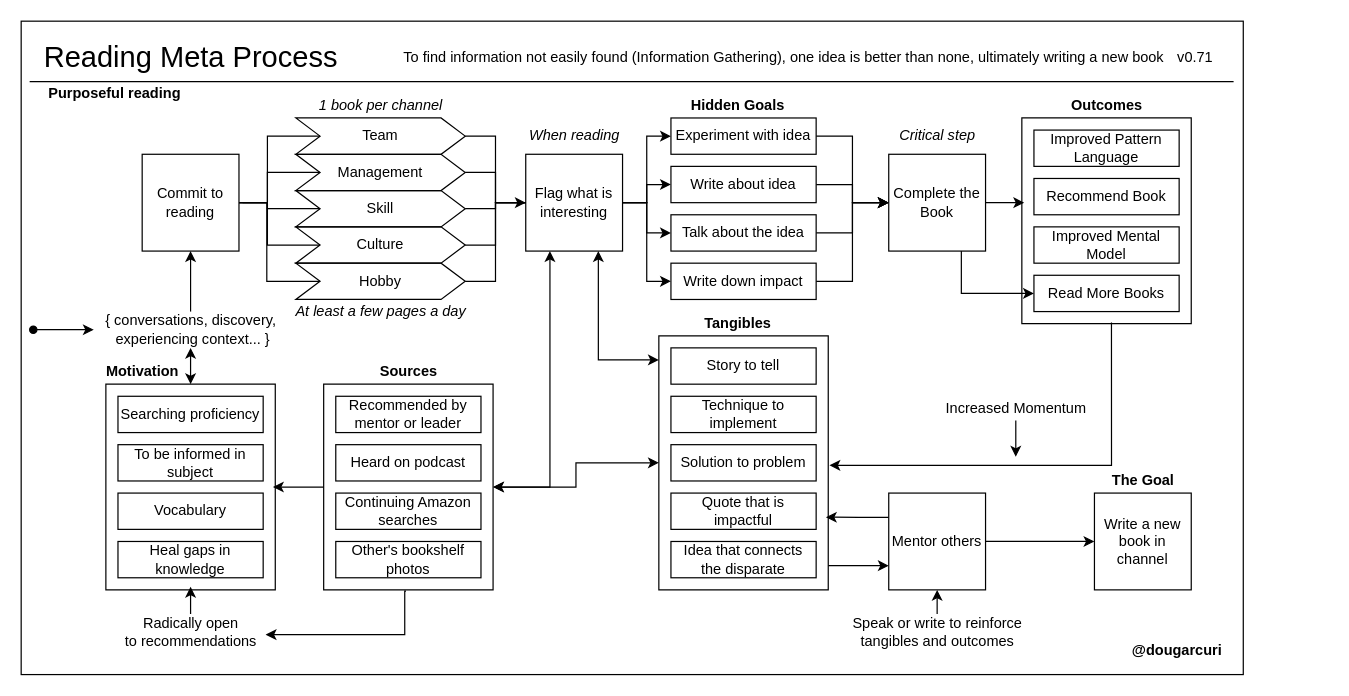
This is books/diagrams/reading-process.drawio from solidi/learning-notes, a draw.io file, before an edit. Source tidied: cells renumbered, new cells numbered last; positions are measured from the earlier drawing's top-left corner, leaving out a move shared by most shapes. Both pictures are drawn from the tidied source at 121%, with x=0, y=0 at pixel (21, 21).
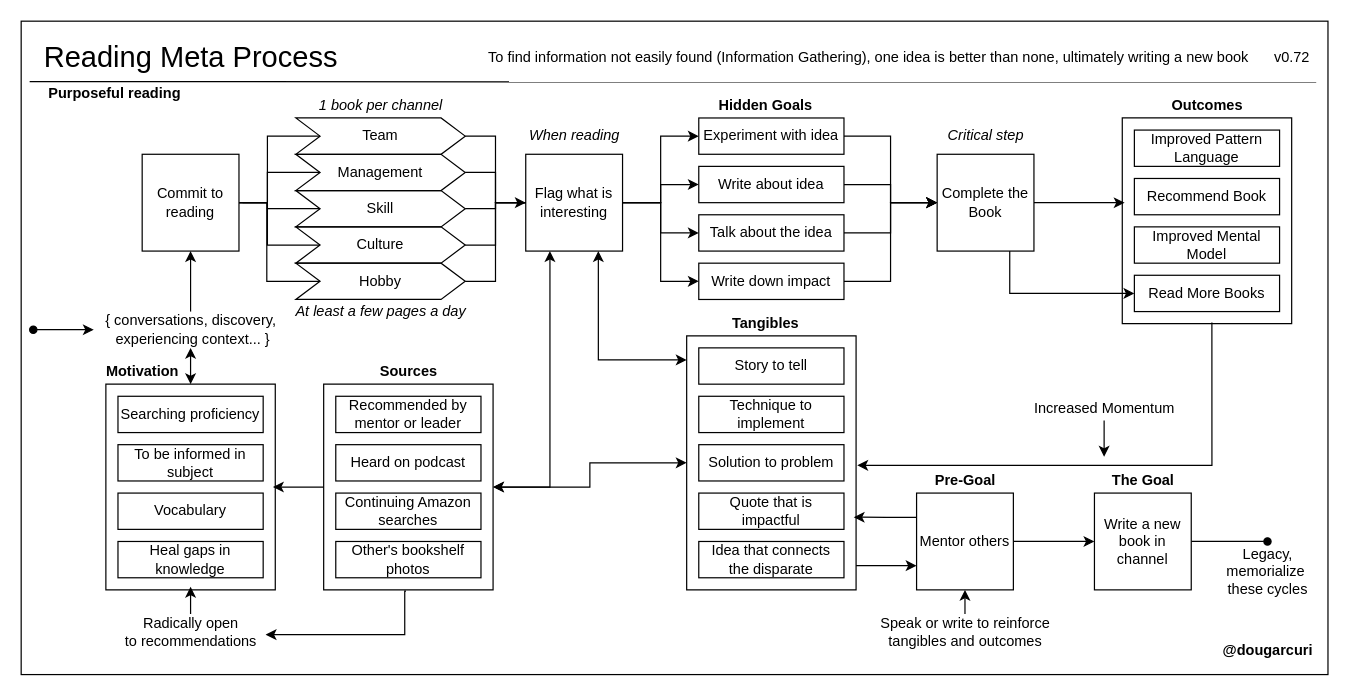
The same diagram, later.

Commit message (it also covers changes not shown here):
Add legacy in the reading meta process

The change refers to these unchanged cells:
```xml
<mxCell id="62" value="Write a new book in channel" style="whiteSpace=wrap;html=1;" parent="1" vertex="1">
  <mxGeometry x="887" y="390" width="80" height="80" as="geometry" />
</mxCell>
```

What changed in the source:
```diff
@@
     <mxCell id="2" style="rounded=0;whiteSpace=wrap;html=1;fillColor=none;" parent="1" vertex="1">
-      <mxGeometry width="1010" height="540" as="geometry" />
+      <mxGeometry width="1080" height="540" as="geometry" />
     </mxCell>
     <mxCell id="3" style="edgeStyle=orthogonalEdgeStyle;rounded=0;jettySize=auto;html=1;entryX=1.007;entryY=0.51;entryDx=0;entryDy=0;entryPerimeter=0;startArrow=none;startFill=0;endArrow=classic;endFill=1;exitX=0.529;exitY=0.994;exitDx=0;exitDy=0;exitPerimeter=0;" parent="1" edge="1" source="4" target="6">
       <mxGeometry relative="1" as="geometry">
         <Array as="points">
-          <mxPoint x="901" y="367" />
+          <mxPoint x="984" y="367" />
         </Array>
       </mxGeometry>
     </mxCell>
     <mxCell id="4" style="verticalLabelPosition=bottom;verticalAlign=top;html=1;shape=mxgraph.basic.rect;fillColor2=none;strokeWidth=1;size=20;indent=5;fillColor=none;" parent="1" vertex="1">
-      <mxGeometry x="827" y="80" width="140" height="170" as="geometry" />
+      <mxGeometry x="910" y="80" width="140" height="170" as="geometry" />
     </mxCell>
@@
     <mxCell id="6" style="verticalLabelPosition=bottom;verticalAlign=top;html=1;shape=mxgraph.basic.rect;fillColor2=none;strokeWidth=1;size=20;indent=5;fillColor=none;" parent="1" vertex="1">
-      <mxGeometry x="527" y="260" width="140" height="210" as="geometry" />
+      <mxGeometry x="550" y="260" width="140" height="210" as="geometry" />
     </mxCell>
@@
     <mxCell id="14" value="To find information not easily found (Information Gathering), one idea is better than none, ultimately writing a new book" style="text;html=1;align=center;verticalAlign=middle;" parent="1" vertex="1">
-      <mxGeometry x="310" y="20" width="640" height="20" as="geometry" />
+      <mxGeometry x="380" y="20" width="640" height="20" as="geometry" />
     </mxCell>
@@
     <mxCell id="24" value="Experiment with idea" style="rounded=0;whiteSpace=wrap;html=1;" parent="1" vertex="1">
-      <mxGeometry x="537" y="80" width="120" height="30" as="geometry" />
+      <mxGeometry x="560" y="80" width="120" height="30" as="geometry" />
     </mxCell>
@@
     <mxCell id="26" value="Write about idea" style="rounded=0;whiteSpace=wrap;html=1;" parent="1" vertex="1">
-      <mxGeometry x="537" y="120" width="120" height="30" as="geometry" />
+      <mxGeometry x="560" y="120" width="120" height="30" as="geometry" />
     </mxCell>
-    <mxCell id="27" value="v0.71" style="text;html=1;align=center;verticalAlign=middle;" parent="1" vertex="1">
-      <mxGeometry x="950" y="20" width="40" height="20" as="geometry" />
+    <mxCell id="27" value="v0.72" style="text;html=1;align=center;verticalAlign=middle;" parent="1" vertex="1">
+      <mxGeometry x="1030" y="20" width="40" height="20" as="geometry" />
     </mxCell>
     <mxCell id="28" value="&lt;b&gt;@dougarcuri&lt;/b&gt;" style="text;html=1;align=center;verticalAlign=middle;" parent="1" vertex="1">
-      <mxGeometry x="910" y="510" width="90" height="20" as="geometry" />
+      <mxGeometry x="985" y="510" width="90" height="20" as="geometry" />
     </mxCell>
-    <mxCell id="29" style="endArrow=none;html=1;" parent="1" edge="1">
+    <mxCell id="29" style="endArrow=none;html=1;entryX=0.991;entryY=0.093;entryDx=0;entryDy=0;entryPerimeter=0;" parent="1" edge="1" target="2">
       <mxGeometry relative="1" as="geometry">
         <mxPoint x="7" y="50" as="sourcePoint" />
-        <mxPoint x="1002" y="50" as="targetPoint" />
       </mxGeometry>
     </mxCell>
@@
     <mxCell id="31" value="Talk about the idea" style="rounded=0;whiteSpace=wrap;html=1;" parent="1" vertex="1">
-      <mxGeometry x="537" y="160" width="120" height="30" as="geometry" />
+      <mxGeometry x="560" y="160" width="120" height="30" as="geometry" />
     </mxCell>
@@
     <mxCell id="37" value="Write down impact" style="rounded=0;whiteSpace=wrap;html=1;" parent="1" vertex="1">
-      <mxGeometry x="537" y="200" width="120" height="30" as="geometry" />
+      <mxGeometry x="560" y="200" width="120" height="30" as="geometry" />
     </mxCell>
     <mxCell id="38" value="&lt;b&gt;Outcomes&lt;/b&gt;" style="text;html=1;align=center;verticalAlign=middle;" parent="1" vertex="1">
-      <mxGeometry x="862" y="60" width="70" height="20" as="geometry" />
+      <mxGeometry x="945" y="60" width="70" height="20" as="geometry" />
     </mxCell>
     <mxCell id="39" value="Improved Pattern Language" style="rounded=0;whiteSpace=wrap;html=1;" parent="1" vertex="1">
-      <mxGeometry x="837" y="90" width="120" height="30" as="geometry" />
+      <mxGeometry x="920" y="90" width="120" height="30" as="geometry" />
     </mxCell>
     <mxCell id="40" value="Recommend Book" style="rounded=0;whiteSpace=wrap;html=1;" parent="1" vertex="1">
-      <mxGeometry x="837" y="130" width="120" height="30" as="geometry" />
+      <mxGeometry x="920" y="130" width="120" height="30" as="geometry" />
     </mxCell>
     <mxCell id="41" value="Improved Mental Model" style="rounded=0;whiteSpace=wrap;html=1;" parent="1" vertex="1">
-      <mxGeometry x="837" y="170" width="120" height="30" as="geometry" />
+      <mxGeometry x="920" y="170" width="120" height="30" as="geometry" />
     </mxCell>
     <mxCell id="42" value="Read More Books" style="rounded=0;whiteSpace=wrap;html=1;" parent="1" vertex="1">
-      <mxGeometry x="837" y="210" width="120" height="30" as="geometry" />
+      <mxGeometry x="920" y="210" width="120" height="30" as="geometry" />
     </mxCell>
@@
     <mxCell id="45" value="Complete the Book" style="whiteSpace=wrap;html=1;" parent="1" vertex="1">
-      <mxGeometry x="717" y="110" width="80" height="80" as="geometry" />
+      <mxGeometry x="757" y="110" width="80" height="80" as="geometry" />
     </mxCell>
@@
     <mxCell id="53" value="&lt;i&gt;Critical step&lt;/i&gt;" style="text;html=1;align=center;verticalAlign=middle;" parent="1" vertex="1">
-      <mxGeometry x="717" y="85" width="80" height="20" as="geometry" />
+      <mxGeometry x="757" y="85" width="80" height="20" as="geometry" />
     </mxCell>
     <mxCell id="54" value="Story to tell" style="rounded=0;whiteSpace=wrap;html=1;" parent="1" vertex="1">
-      <mxGeometry x="537" y="270" width="120" height="30" as="geometry" />
+      <mxGeometry x="560" y="270" width="120" height="30" as="geometry" />
     </mxCell>
     <mxCell id="55" value="Technique to implement" style="rounded=0;whiteSpace=wrap;html=1;" parent="1" vertex="1">
-      <mxGeometry x="537" y="310" width="120" height="30" as="geometry" />
+      <mxGeometry x="560" y="310" width="120" height="30" as="geometry" />
     </mxCell>
     <mxCell id="56" value="Solution to problem" style="rounded=0;whiteSpace=wrap;html=1;" parent="1" vertex="1">
-      <mxGeometry x="537" y="350" width="120" height="30" as="geometry" />
+      <mxGeometry x="560" y="350" width="120" height="30" as="geometry" />
     </mxCell>
     <mxCell id="57" value="Quote that is impactful" style="rounded=0;whiteSpace=wrap;html=1;" parent="1" vertex="1">
-      <mxGeometry x="537" y="390" width="120" height="30" as="geometry" />
+      <mxGeometry x="560" y="390" width="120" height="30" as="geometry" />
     </mxCell>
     <mxCell id="58" value="Idea that connects the disparate" style="rounded=0;whiteSpace=wrap;html=1;" parent="1" vertex="1">
-      <mxGeometry x="537" y="430" width="120" height="30" as="geometry" />
+      <mxGeometry x="560" y="430" width="120" height="30" as="geometry" />
     </mxCell>
     <mxCell id="59" value="&lt;b&gt;Tangibles&lt;/b&gt;" style="text;html=1;align=center;verticalAlign=middle;" parent="1" vertex="1">
-      <mxGeometry x="557" y="240" width="70" height="20" as="geometry" />
+      <mxGeometry x="580" y="240" width="70" height="20" as="geometry" />
     </mxCell>
@@
+    <mxCell id="93" style="edgeStyle=orthogonalEdgeStyle;rounded=0;jettySize=auto;html=1;exitX=1;exitY=0.5;exitDx=0;exitDy=0;startArrow=none;startFill=0;endArrow=oval;endFill=1;" parent="1" edge="1" source="62">
+      <mxGeometry relative="1" as="geometry">
+        <mxPoint x="1030" y="430" as="targetPoint" />
+      </mxGeometry>
+    </mxCell>
@@
     <mxCell id="65" value="Mentor others" style="whiteSpace=wrap;html=1;" parent="1" vertex="1">
-      <mxGeometry x="717" y="390" width="80" height="80" as="geometry" />
+      <mxGeometry x="740" y="390" width="80" height="80" as="geometry" />
     </mxCell>
@@
     <mxCell id="74" value="&lt;b&gt;Hidden Goals&lt;/b&gt;" style="text;html=1;align=center;verticalAlign=middle;" parent="1" vertex="1">
-      <mxGeometry x="547" y="60" width="90" height="20" as="geometry" />
+      <mxGeometry x="570" y="60" width="90" height="20" as="geometry" />
     </mxCell>
@@
     <mxCell id="89" style="edgeStyle=orthogonalEdgeStyle;rounded=0;jettySize=auto;html=1;entryX=0.5;entryY=0.985;entryDx=0;entryDy=0;entryPerimeter=0;startArrow=none;startFill=0;endArrow=classic;endFill=1;" parent="1" edge="1" source="90">
       <mxGeometry relative="1" as="geometry">
-        <mxPoint x="757" y="470" as="targetPoint" />
+        <mxPoint x="780" y="470" as="targetPoint" />
       </mxGeometry>
     </mxCell>
     <mxCell id="90" value="Speak or write to reinforce&lt;br&gt;tangibles and outcomes" style="text;html=1;align=center;verticalAlign=middle;points=[];" parent="1" vertex="1">
-      <mxGeometry x="677" y="490" width="160" height="30" as="geometry" />
+      <mxGeometry x="700" y="490" width="160" height="30" as="geometry" />
     </mxCell>
     <mxCell id="91" style="edgeStyle=orthogonalEdgeStyle;rounded=0;jettySize=auto;html=1;startArrow=none;startFill=0;endArrow=classic;endFill=1;" parent="1" edge="1" source="92">
       <mxGeometry relative="1" as="geometry">
-        <mxPoint x="822" y="360" as="targetPoint" />
+        <mxPoint x="895" y="360" as="targetPoint" />
       </mxGeometry>
     </mxCell>
     <mxCell id="92" value="Increased Momentum" style="text;html=1;align=center;verticalAlign=middle;points=[];" parent="1" vertex="1">
-      <mxGeometry x="757" y="310" width="130" height="20" as="geometry" />
+      <mxGeometry x="830" y="310" width="130" height="20" as="geometry" />
     </mxCell>
+    <mxCell id="94" value="&lt;b&gt;Pre-Goal&lt;/b&gt;" style="text;html=1;align=center;verticalAlign=middle;" parent="1" vertex="1">
+      <mxGeometry x="745" y="370" width="70" height="20" as="geometry" />
+    </mxCell>
+    <mxCell id="95" value="Legacy, &lt;br&gt;memorialize&amp;nbsp;&lt;br&gt;these cycles" style="text;html=1;align=center;verticalAlign=middle;" parent="1" vertex="1">
+      <mxGeometry x="990" y="430" width="80" height="50" as="geometry" />
+    </mxCell>
```
